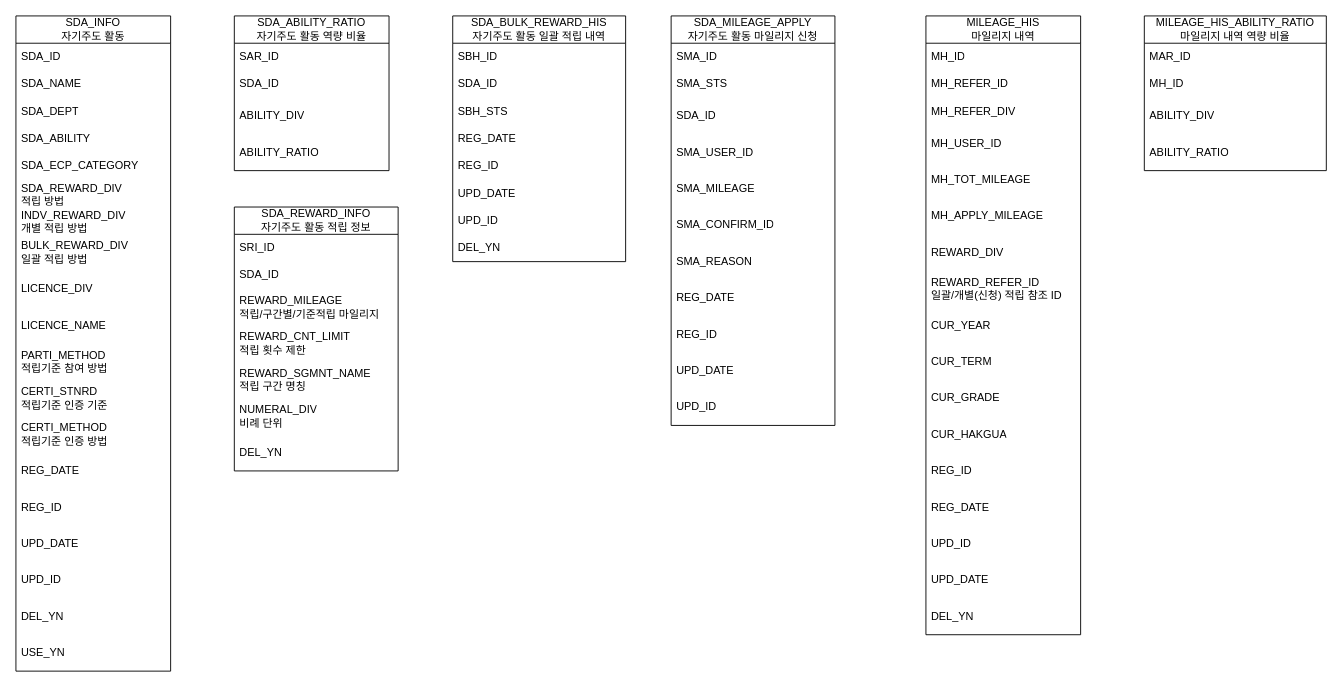
HAR00N/draw.io keeps this draw.io diagram as page "마일리지, 자기주도 활동" (1 of 3) of Table Structure.drawio. Above is the earlier version. Source tidied: cells renumbered, new cells numbered last; positions are measured from the earlier drawing's top-left corner, leaving out a move shared by most shapes. Both pictures are drawn from the tidied source at 91%, with x=0, y=0 at pixel (15, 15).
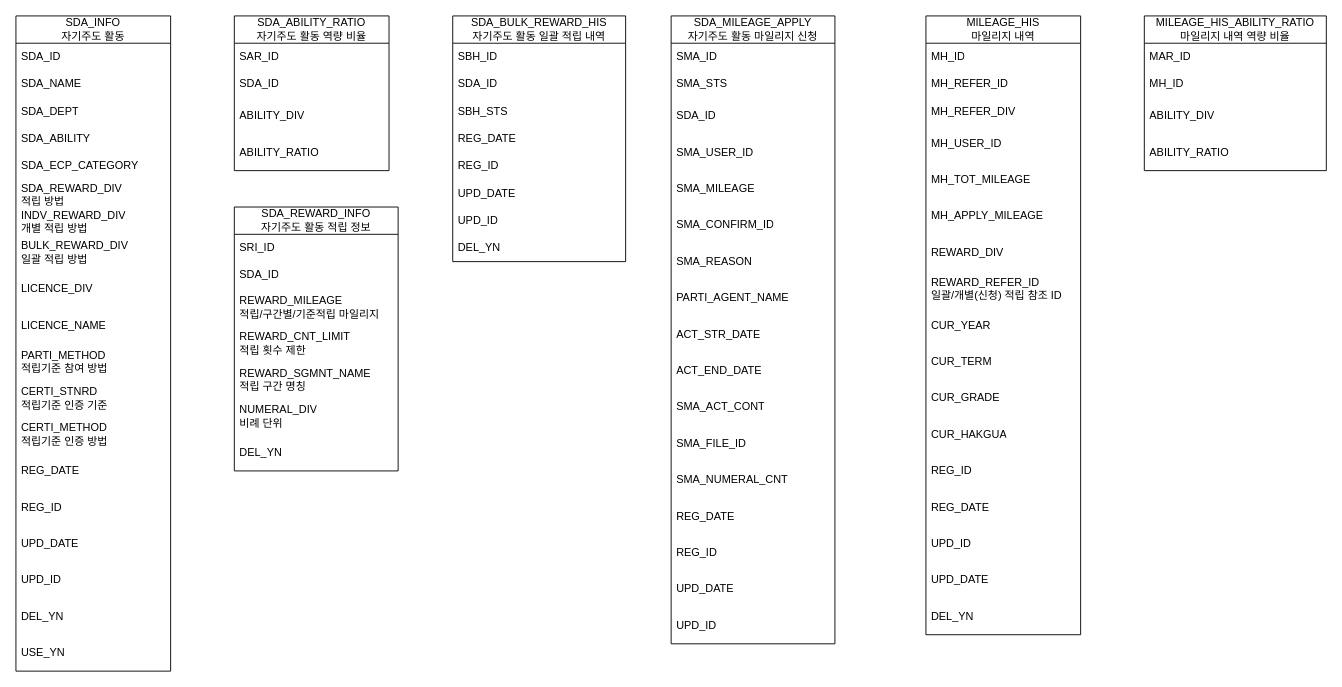
After the change.

What changed in the source:
```diff
@@
     <mxCell id="36" value="SDA_MILEAGE_APPLY&lt;br&gt;자기주도 활동 마일리지 신청" style="swimlane;fontStyle=0;horizontal=1;startSize=30;whiteSpace=wrap;html=1;" parent="1" vertex="1">
-      <mxGeometry x="720" width="180" height="450" as="geometry" />
+      <mxGeometry x="720" width="180" height="690" as="geometry" />
     </mxCell>
@@
+    <mxCell id="79" value="PARTI_AGENT_NAME" style="text;strokeColor=none;fillColor=none;align=left;verticalAlign=middle;spacingLeft=4;spacingRight=4;overflow=hidden;whiteSpace=wrap;html=1;" parent="36" vertex="1">
+      <mxGeometry y="290" width="180" height="40" as="geometry" />
+    </mxCell>
+    <mxCell id="80" value="ACT_STR_DATE" style="text;strokeColor=none;fillColor=none;align=left;verticalAlign=middle;spacingLeft=4;spacingRight=4;overflow=hidden;whiteSpace=wrap;html=1;" parent="36" vertex="1">
+      <mxGeometry y="330" width="180" height="40" as="geometry" />
+    </mxCell>
+    <mxCell id="81" value="ACT_END_DATE" style="text;strokeColor=none;fillColor=none;align=left;verticalAlign=middle;spacingLeft=4;spacingRight=4;overflow=hidden;whiteSpace=wrap;html=1;" parent="36" vertex="1">
+      <mxGeometry y="370" width="180" height="40" as="geometry" />
+    </mxCell>
+    <mxCell id="82" value="SMA_ACT_CONT" style="text;strokeColor=none;fillColor=none;align=left;verticalAlign=middle;spacingLeft=4;spacingRight=4;overflow=hidden;whiteSpace=wrap;html=1;" parent="36" vertex="1">
+      <mxGeometry y="410" width="180" height="40" as="geometry" />
+    </mxCell>
+    <mxCell id="83" value="SMA_FILE_ID" style="text;strokeColor=none;fillColor=none;align=left;verticalAlign=middle;spacingLeft=4;spacingRight=4;overflow=hidden;whiteSpace=wrap;html=1;" parent="36" vertex="1">
+      <mxGeometry y="450" width="180" height="40" as="geometry" />
+    </mxCell>
+    <mxCell id="84" value="SMA_NUMERAL_CNT" style="text;strokeColor=none;fillColor=none;align=left;verticalAlign=middle;spacingLeft=4;spacingRight=4;overflow=hidden;whiteSpace=wrap;html=1;" parent="36" vertex="1">
+      <mxGeometry y="490" width="180" height="40" as="geometry" />
+    </mxCell>
     <mxCell id="44" value="REG_DATE" style="text;strokeColor=none;fillColor=none;align=left;verticalAlign=middle;spacingLeft=4;spacingRight=4;overflow=hidden;whiteSpace=wrap;html=1;" parent="36" vertex="1">
-      <mxGeometry y="290" width="180" height="40" as="geometry" />
+      <mxGeometry y="530" width="180" height="40" as="geometry" />
     </mxCell>
     <mxCell id="45" value="REG_ID" style="text;strokeColor=none;fillColor=none;align=left;verticalAlign=middle;spacingLeft=4;spacingRight=4;overflow=hidden;whiteSpace=wrap;html=1;" parent="36" vertex="1">
-      <mxGeometry y="330" width="180" height="40" as="geometry" />
+      <mxGeometry y="570" width="180" height="40" as="geometry" />
     </mxCell>
     <mxCell id="46" value="UPD_DATE" style="text;strokeColor=none;fillColor=none;align=left;verticalAlign=middle;spacingLeft=4;spacingRight=4;overflow=hidden;whiteSpace=wrap;html=1;" parent="36" vertex="1">
-      <mxGeometry y="370" width="180" height="40" as="geometry" />
+      <mxGeometry y="610" width="180" height="40" as="geometry" />
     </mxCell>
     <mxCell id="47" value="UPD_ID" style="text;strokeColor=none;fillColor=none;align=left;verticalAlign=middle;spacingLeft=4;spacingRight=4;overflow=hidden;whiteSpace=wrap;html=1;" parent="36" vertex="1">
-      <mxGeometry y="410" width="180" height="40" as="geometry" />
+      <mxGeometry y="650" width="180" height="40" as="geometry" />
     </mxCell>
```
